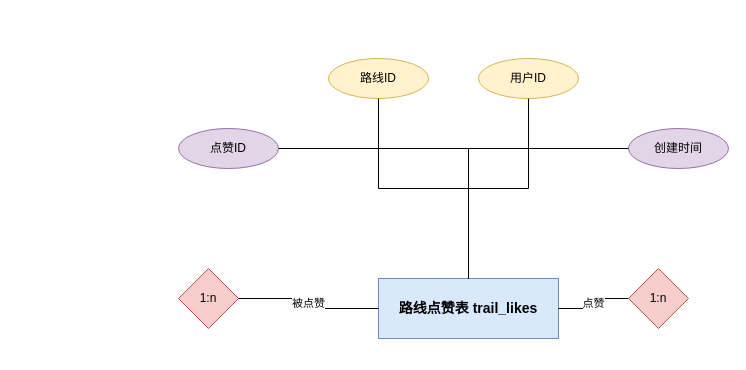
The draw.io diagram DOCS/architecture-diagrams/sources/路线点赞表.drawio in 612cs/TrailQuest, before the edit. Source tidied: cells renumbered, new cells numbered last; positions are measured from the earlier drawing's top-left corner, leaving out a move shared by most shapes. Both pictures are drawn from the tidied source at 100%, with x=0, y=0 at pixel (178, 58).
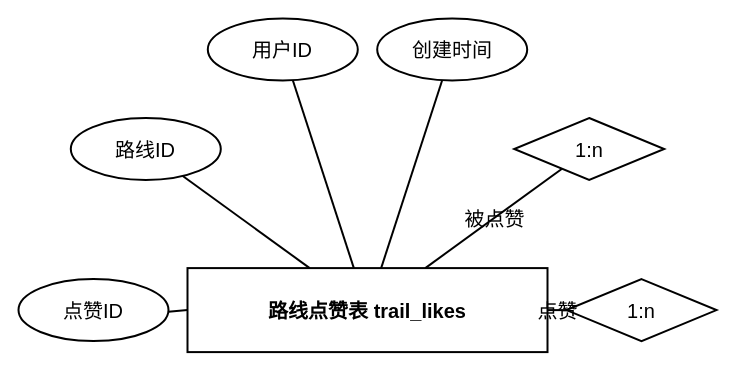
The same page after the edit.

What changed in the source:
```diff
@@
 <mxGraphModel>
   <root>
     <mxCell id="0" />
     <mxCell id="1" parent="0" />
-    <mxCell id="2" value="路线点赞表 trail_likes" style="rounded=0;whiteSpace=wrap;html=1;fillColor=#dae8fc;strokeColor=#6c8ebf;fontSize=14;fontStyle=1;" parent="1" vertex="1">
-      <mxGeometry x="200" y="220" width="180" height="60" as="geometry" />
+    <mxCell id="2" value="路线点赞表 trail_likes" style="rounded=0;whiteSpace=wrap;html=1;fillColor=none;strokeColor=#000000;fontSize=20;fontStyle=1;gradientColor=none;fontColor=#000000;strokeWidth=2;shadow=0;glass=0;" parent="1" vertex="1">
+      <mxGeometry x="9" y="209.6" width="360" height="84" as="geometry" />
     </mxCell>
-    <mxCell id="3" value="点赞ID" style="ellipse;whiteSpace=wrap;html=1;fillColor=#e1d5e7;strokeColor=#9673a6;" parent="1" vertex="1">
-      <mxGeometry y="70" width="100" height="40" as="geometry" />
+    <mxCell id="3" value="点赞ID" style="ellipse;whiteSpace=wrap;html=1;fillColor=none;strokeColor=#000000;gradientColor=none;fontColor=#000000;fontSize=20;strokeWidth=2;shadow=0;glass=0;" parent="1" vertex="1">
+      <mxGeometry x="-160" y="220.6" width="150" height="62" as="geometry" />
     </mxCell>
-    <mxCell id="4" style="edgeStyle=orthogonalEdgeStyle;rounded=0;jettySize=auto;html=1;endArrow=none;endFill=0;" parent="1" edge="1" source="3" target="2">
+    <mxCell id="4" style="rounded=0;html=1;endArrow=none;endFill=0;strokeColor=#000000;strokeWidth=2;" parent="1" edge="1" source="3" target="2">
       <mxGeometry relative="1" as="geometry" />
     </mxCell>
-    <mxCell id="5" value="路线ID" style="ellipse;whiteSpace=wrap;html=1;fillColor=#fff2cc;strokeColor=#d6b656;" parent="1" vertex="1">
-      <mxGeometry x="150" width="100" height="40" as="geometry" />
+    <mxCell id="5" value="路线ID" style="ellipse;whiteSpace=wrap;html=1;fillColor=none;strokeColor=#000000;gradientColor=none;fontColor=#000000;fontSize=20;strokeWidth=2;shadow=0;glass=0;" parent="1" vertex="1">
+      <mxGeometry x="-107.7" y="59.5" width="150" height="62" as="geometry" />
     </mxCell>
-    <mxCell id="6" style="edgeStyle=orthogonalEdgeStyle;rounded=0;jettySize=auto;html=1;endArrow=none;endFill=0;" parent="1" edge="1" source="5" target="2">
+    <mxCell id="6" style="rounded=0;html=1;endArrow=none;endFill=0;strokeColor=#000000;strokeWidth=2;" parent="1" edge="1" source="5" target="2">
       <mxGeometry relative="1" as="geometry" />
     </mxCell>
-    <mxCell id="7" value="用户ID" style="ellipse;whiteSpace=wrap;html=1;fillColor=#fff2cc;strokeColor=#d6b656;" parent="1" vertex="1">
-      <mxGeometry x="300" width="100" height="40" as="geometry" />
+    <mxCell id="7" value="用户ID" style="ellipse;whiteSpace=wrap;html=1;fillColor=none;strokeColor=#000000;gradientColor=none;fontColor=#000000;fontSize=20;strokeWidth=2;shadow=0;glass=0;" parent="1" vertex="1">
+      <mxGeometry x="29.3" y="-40" width="150" height="62" as="geometry" />
     </mxCell>
-    <mxCell id="8" style="edgeStyle=orthogonalEdgeStyle;rounded=0;jettySize=auto;html=1;endArrow=none;endFill=0;" parent="1" edge="1" source="7" target="2">
+    <mxCell id="8" style="rounded=0;html=1;endArrow=none;endFill=0;strokeColor=#000000;strokeWidth=2;" parent="1" edge="1" source="7" target="2">
       <mxGeometry relative="1" as="geometry" />
     </mxCell>
-    <mxCell id="9" value="创建时间" style="ellipse;whiteSpace=wrap;html=1;fillColor=#e1d5e7;strokeColor=#9673a6;" parent="1" vertex="1">
-      <mxGeometry x="450" y="70" width="100" height="40" as="geometry" />
+    <mxCell id="9" value="创建时间" style="ellipse;whiteSpace=wrap;html=1;fillColor=none;strokeColor=#000000;gradientColor=none;fontColor=#000000;fontSize=20;strokeWidth=2;shadow=0;glass=0;" parent="1" vertex="1">
+      <mxGeometry x="198.7" y="-40" width="150" height="62" as="geometry" />
     </mxCell>
-    <mxCell id="10" style="edgeStyle=orthogonalEdgeStyle;rounded=0;jettySize=auto;html=1;endArrow=none;endFill=0;" parent="1" edge="1" source="9" target="2">
+    <mxCell id="10" style="rounded=0;html=1;endArrow=none;endFill=0;strokeColor=#000000;strokeWidth=2;" parent="1" edge="1" source="9" target="2">
       <mxGeometry relative="1" as="geometry" />
     </mxCell>
-    <mxCell id="11" value="1:n" style="rhombus;whiteSpace=wrap;html=1;fillColor=#f8cecc;strokeColor=#b85450;fontSize=12;" parent="1" vertex="1">
-      <mxGeometry y="210" width="60" height="60" as="geometry" />
+    <mxCell id="11" value="1:n" style="rhombus;whiteSpace=wrap;html=1;fillColor=none;strokeColor=#000000;fontSize=20;gradientColor=none;fontColor=#000000;strokeWidth=2;shadow=0;glass=0;" parent="1" vertex="1">
+      <mxGeometry x="335.7" y="59.5" width="150" height="62" as="geometry" />
     </mxCell>
-    <mxCell id="12" value="被点赞" style="edgeStyle=orthogonalEdgeStyle;rounded=0;jettySize=auto;html=1;endArrow=none;endFill=0;" parent="1" edge="1" source="11" target="2">
+    <mxCell id="12" value="被点赞" style="rounded=0;html=1;endArrow=none;endFill=0;strokeColor=#000000;strokeWidth=2;fontSize=20;fontColor=#000000;fontFamily=Arial;labelBackgroundColor=none;fillColor=none;gradientColor=none;shadow=0;" parent="1" edge="1" source="11" target="2">
       <mxGeometry relative="1" as="geometry" />
     </mxCell>
-    <mxCell id="13" value="1:n" style="rhombus;whiteSpace=wrap;html=1;fillColor=#f8cecc;strokeColor=#b85450;fontSize=12;" parent="1" vertex="1">
-      <mxGeometry x="450" y="210" width="60" height="60" as="geometry" />
+    <mxCell id="13" value="1:n" style="rhombus;whiteSpace=wrap;html=1;fillColor=none;strokeColor=#000000;fontSize=20;gradientColor=none;fontColor=#000000;strokeWidth=2;shadow=0;glass=0;" parent="1" vertex="1">
+      <mxGeometry x="388" y="220.6" width="150" height="62" as="geometry" />
     </mxCell>
-    <mxCell id="14" value="点赞" style="edgeStyle=orthogonalEdgeStyle;rounded=0;jettySize=auto;html=1;endArrow=none;endFill=0;" parent="1" edge="1" source="2" target="13">
+    <mxCell id="14" value="点赞" style="rounded=0;html=1;endArrow=none;endFill=0;strokeColor=#000000;strokeWidth=2;fontSize=20;fontColor=#000000;fontFamily=Arial;labelBackgroundColor=none;fillColor=none;gradientColor=none;shadow=0;" parent="1" edge="1" source="2" target="13">
       <mxGeometry relative="1" as="geometry" />
     </mxCell>
   </root>
 </mxGraphModel>
```
